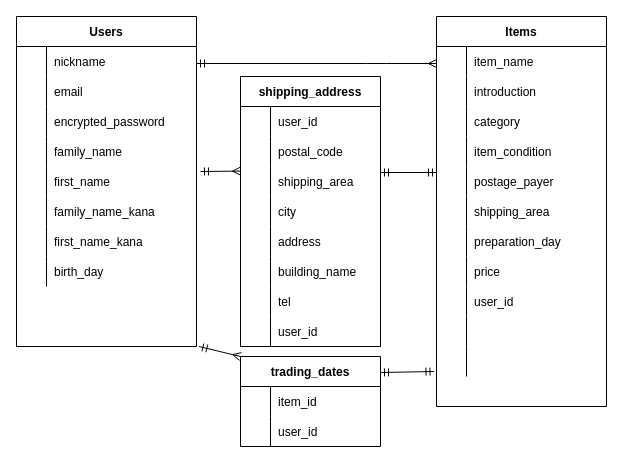
This is furima.dio from CKougami/furima-37663, a draw.io file, before an edit. Source tidied: cells renumbered, new cells numbered last; positions are measured from the earlier drawing's top-left corner, leaving out a move shared by most shapes. Both pictures are drawn from the tidied source at 100%, with x=0, y=0 at pixel (16, 16).
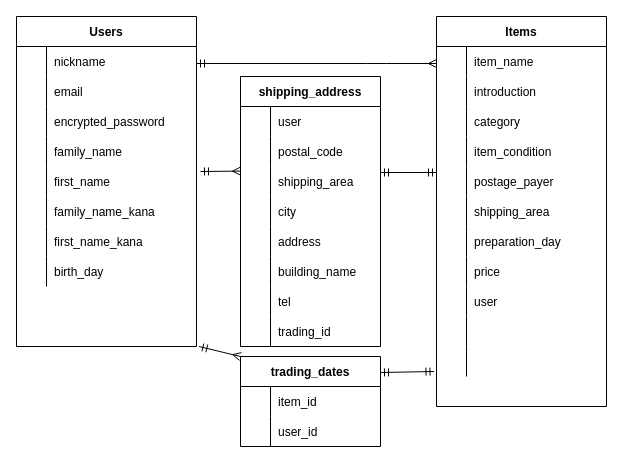
The same diagram, later.

Commit message (it also covers changes not shown here):
データベース設計（trading_dates）

購入管理テーブルから住所テーブルへのアソシエーションを追記しました

The change refers to these unchanged cells:
```xml
<mxCell id="52" style="shape=partialRectangle;fillColor=none;top=0;left=0;bottom=0;right=0;" parent="27" vertex="1">
  <mxGeometry y="270" width="170" height="30" as="geometry" />
</mxCell>
<mxCell id="73" style="shape=partialRectangle;fillColor=none;top=0;left=0;bottom=0;right=0;" parent="72" vertex="1">
  <mxGeometry y="30" width="140" height="30" as="geometry" />
</mxCell>
<mxCell id="94" style="shape=partialRectangle;fillColor=none;top=0;left=0;bottom=0;right=0;" parent="72" vertex="1">
  <mxGeometry y="240" width="140" height="30" as="geometry" />
</mxCell>
```

What changed in the source:
```diff
@@
-    <mxCell id="54" value="user_id" style="shape=partialRectangle;fillColor=none;top=0;left=0;bottom=0;right=0;align=left;spacingLeft=6;overflow=hidden;" parent="52" vertex="1">
+    <mxCell id="54" value="user" style="shape=partialRectangle;fillColor=none;top=0;left=0;bottom=0;right=0;align=left;spacingLeft=6;overflow=hidden;" parent="52" vertex="1">
       <mxGeometry x="30" width="140" height="30" as="geometry" />
     </mxCell>
@@
-    <mxCell id="75" value="user_id" style="shape=partialRectangle;fillColor=none;top=0;left=0;bottom=0;right=0;align=left;spacingLeft=6;overflow=hidden;" parent="73" vertex="1">
+    <mxCell id="75" value="user" style="shape=partialRectangle;fillColor=none;top=0;left=0;bottom=0;right=0;align=left;spacingLeft=6;overflow=hidden;" parent="73" vertex="1">
       <mxGeometry x="30" width="110" height="30" as="geometry" />
     </mxCell>
@@
-    <mxCell id="96" value="user_id" style="shape=partialRectangle;fillColor=none;top=0;left=0;bottom=0;right=0;align=left;spacingLeft=6;overflow=hidden;" parent="94" vertex="1">
+    <mxCell id="96" value="trading_id" style="shape=partialRectangle;fillColor=none;top=0;left=0;bottom=0;right=0;align=left;spacingLeft=6;overflow=hidden;" parent="94" vertex="1">
       <mxGeometry x="30" width="110" height="30" as="geometry" />
     </mxCell>
```
